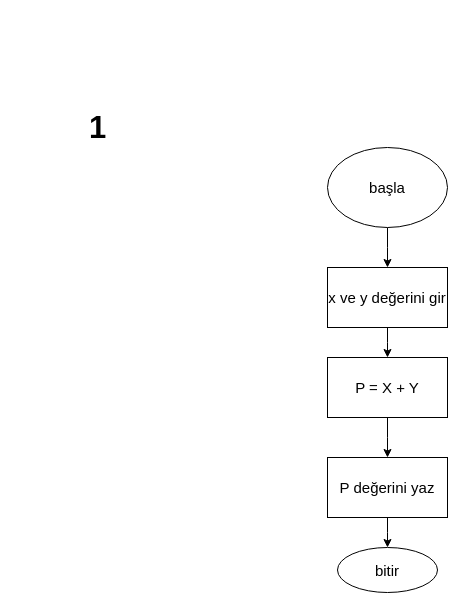
Earlier version of the draw.io diagram page "Sayfa -4" (4 of 20) of Başlıksız Diyagram.drawio (FurkanAdalar/school). Source tidied: cells renumbered, new cells numbered last; positions are measured from the earlier drawing's top-left corner, leaving out a move shared by most shapes. Both pictures are drawn from the tidied source at 100%, with x=0, y=0 at pixel (77, 102).
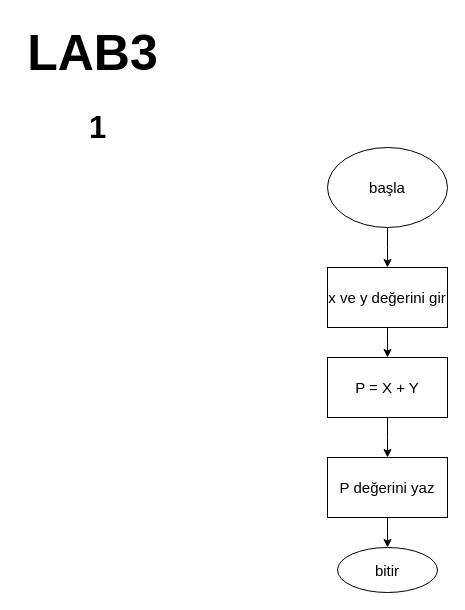
Above is the later version.

Change to the diagram source:
```diff
@@
 <mxGraphModel>
   <root>
     <mxCell id="0" />
     <mxCell id="1" parent="0" />
     <mxCell id="2" value="&lt;font style=&quot;font-size: 31px;&quot;&gt;&lt;b&gt;1&lt;/b&gt;&lt;/font&gt;" style="text;html=1;align=center;verticalAlign=middle;strokeColor=none;fillColor=none;" parent="1" vertex="1">
       <mxGeometry width="40" height="50" as="geometry" />
     </mxCell>
     <mxCell id="3" style="edgeStyle=elbowEdgeStyle;rounded=0;jettySize=auto;elbow=vertical;html=1;fontSize=15;" parent="1" edge="1" source="4" target="6">
       <mxGeometry relative="1" as="geometry" />
     </mxCell>
     <mxCell id="4" value="başla" style="ellipse;whiteSpace=wrap;html=1;fontSize=15;" parent="1" vertex="1">
       <mxGeometry x="250" y="45" width="120" height="80" as="geometry" />
     </mxCell>
     <mxCell id="5" style="edgeStyle=elbowEdgeStyle;rounded=0;jettySize=auto;elbow=vertical;html=1;fontSize=15;" parent="1" edge="1" source="6" target="8">
       <mxGeometry relative="1" as="geometry" />
     </mxCell>
     <mxCell id="6" value="x ve y değerini gir" style="rounded=0;whiteSpace=wrap;html=1;fontSize=15;" parent="1" vertex="1">
       <mxGeometry x="250" y="165" width="120" height="60" as="geometry" />
     </mxCell>
     <mxCell id="7" style="edgeStyle=elbowEdgeStyle;rounded=0;jettySize=auto;elbow=vertical;html=1;fontSize=15;" parent="1" edge="1" source="8" target="10">
       <mxGeometry relative="1" as="geometry" />
     </mxCell>
     <mxCell id="8" value="P = X + Y" style="rounded=0;whiteSpace=wrap;html=1;fontSize=15;" parent="1" vertex="1">
       <mxGeometry x="250" y="255" width="120" height="60" as="geometry" />
     </mxCell>
     <mxCell id="9" style="edgeStyle=elbowEdgeStyle;rounded=0;jettySize=auto;elbow=vertical;html=1;fontSize=15;" parent="1" edge="1" source="10" target="11">
       <mxGeometry relative="1" as="geometry" />
     </mxCell>
     <mxCell id="10" value="P değerini yaz" style="rounded=0;whiteSpace=wrap;html=1;fontSize=15;" parent="1" vertex="1">
       <mxGeometry x="250" y="355" width="120" height="60" as="geometry" />
     </mxCell>
     <mxCell id="11" value="bitir" style="ellipse;whiteSpace=wrap;html=1;fontSize=15;rounded=0;" parent="1" vertex="1">
       <mxGeometry x="260" y="445" width="100" height="45" as="geometry" />
     </mxCell>
+    <mxCell id="12" value="&lt;b&gt;LAB3&lt;/b&gt;" style="text;html=1;align=center;verticalAlign=middle;strokeColor=none;fillColor=none;fontSize=50;" parent="1" vertex="1">
+      <mxGeometry x="-60" y="-85" width="150" height="70" as="geometry" />
+    </mxCell>
   </root>
 </mxGraphModel>
```
